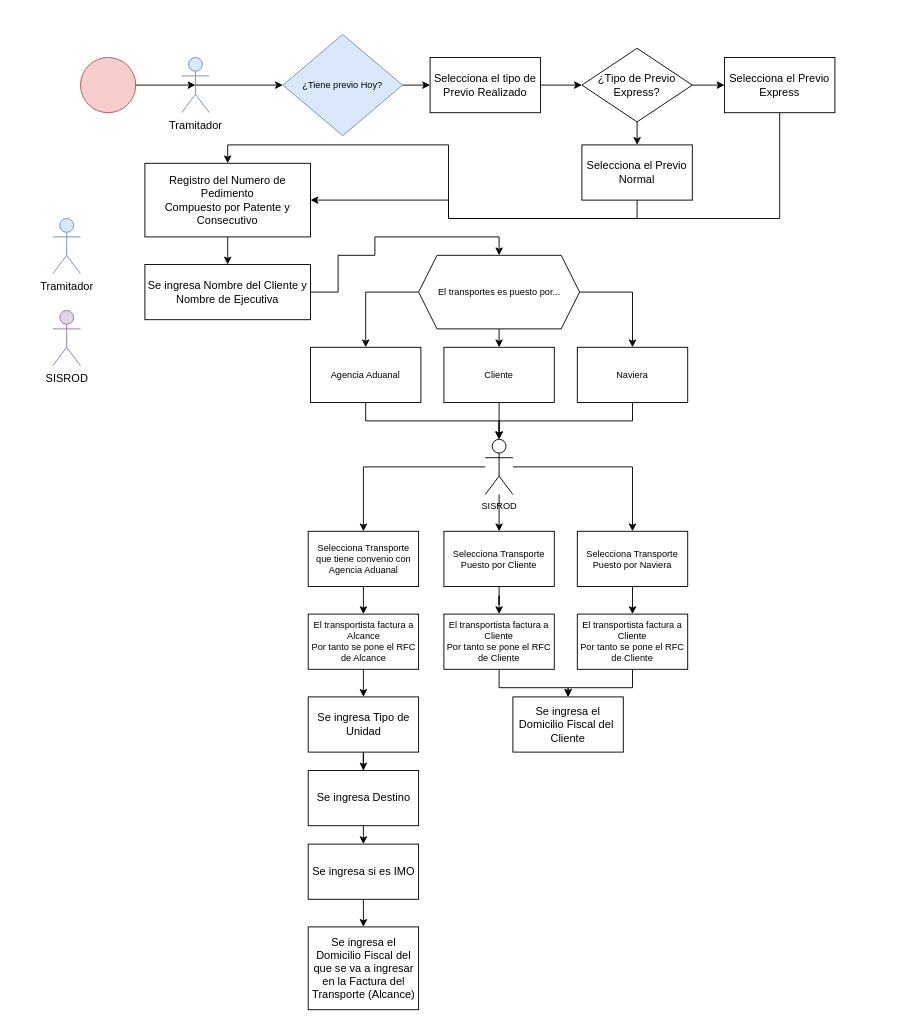
This is Control de Transportes/Proceso Actual Control de Transportes.drawio from GeersonMena/DiagramasDraw, a draw.io file, before an edit. Source tidied: cells renumbered, new cells numbered last; positions are measured from the earlier drawing's top-left corner, leaving out a move shared by most shapes. Both pictures are drawn from the tidied source at 92%, with x=0, y=0 at pixel (52, 34).
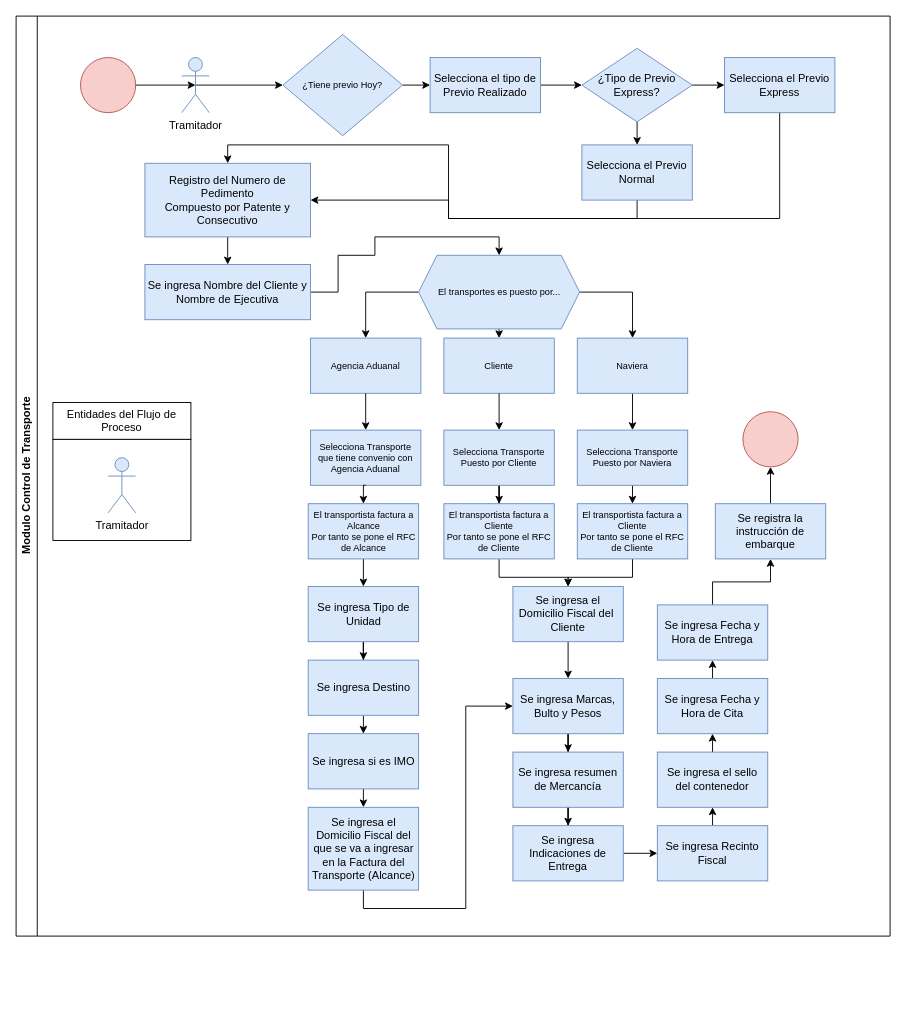
The same diagram, later.

The edit, as a diff of the source:
```diff
@@
+    <mxCell id="57" value="Modulo Control de Transporte" style="swimlane;horizontal=0;whiteSpace=wrap;html=1;" parent="1" vertex="1">
+      <mxGeometry x="-40" y="-20" width="950" height="1000" as="geometry" />
+    </mxCell>
+    <mxCell id="58" style="rounded=0;whiteSpace=wrap;html=1;" parent="57" vertex="1">
+      <mxGeometry x="40" y="460" width="150" height="110" as="geometry" />
+    </mxCell>
+    <mxCell id="32" value="Tramitador" style="shape=umlActor;verticalLabelPosition=bottom;verticalAlign=top;html=1;fillColor=#dae8fc;strokeColor=#6c8ebf;" parent="57" vertex="1">
+      <mxGeometry x="100" y="480" width="30" height="60" as="geometry" />
+    </mxCell>
+    <mxCell id="59" value="Entidades del Flujo de Proceso" style="rounded=0;whiteSpace=wrap;html=1;" parent="57" vertex="1">
+      <mxGeometry x="40" y="420" width="150" height="40" as="geometry" />
+    </mxCell>
+    <mxCell id="60" style="ellipse;whiteSpace=wrap;html=1;fillColor=#f8cecc;strokeColor=#b85450;" parent="57" vertex="1">
+      <mxGeometry x="790" y="430" width="60" height="60" as="geometry" />
+    </mxCell>
+    <mxCell id="61" style="edgeStyle=orthogonalEdgeStyle;rounded=0;jettySize=auto;html=1;exitX=0.5;exitY=0;exitDx=0;exitDy=0;entryX=0.5;entryY=1;entryDx=0;entryDy=0;" parent="57" edge="1" source="62" target="60">
+      <mxGeometry relative="1" as="geometry" />
+    </mxCell>
+    <mxCell id="62" value="Se registra la instrucción de embarque" style="rounded=0;whiteSpace=wrap;html=1;fillColor=#dae8fc;strokeColor=#6c8ebf;" parent="57" vertex="1">
+      <mxGeometry x="760" y="530" width="120" height="60" as="geometry" />
+    </mxCell>
+    <mxCell id="29" value="Selecciona Transporte que tiene convenio con Agencia Aduanal" style="rounded=0;whiteSpace=wrap;html=1;fontSize=10;fillColor=#dae8fc;strokeColor=#6c8ebf;" parent="57" vertex="1">
+      <mxGeometry x="320" y="450" width="120" height="60" as="geometry" />
+    </mxCell>
+    <mxCell id="26" style="edgeStyle=orthogonalEdgeStyle;rounded=0;jettySize=auto;html=1;exitX=0.5;exitY=1;exitDx=0;exitDy=0;" parent="57" edge="1" source="27" target="44">
+      <mxGeometry relative="1" as="geometry" />
+    </mxCell>
+    <mxCell id="27" value="Selecciona Transporte Puesto por Cliente" style="rounded=0;whiteSpace=wrap;html=1;fontSize=10;fillColor=#dae8fc;strokeColor=#6c8ebf;" parent="57" vertex="1">
+      <mxGeometry x="465" y="450" width="120" height="60" as="geometry" />
+    </mxCell>
+    <mxCell id="28" style="edgeStyle=orthogonalEdgeStyle;rounded=0;jettySize=auto;html=1;exitX=0.5;exitY=1;exitDx=0;exitDy=0;entryX=0.5;entryY=0;entryDx=0;entryDy=0;" parent="57" edge="1" source="29" target="40">
+      <mxGeometry relative="1" as="geometry" />
+    </mxCell>
+    <mxCell id="30" style="edgeStyle=orthogonalEdgeStyle;rounded=0;jettySize=auto;html=1;exitX=0.5;exitY=1;exitDx=0;exitDy=0;entryX=0.5;entryY=0;entryDx=0;entryDy=0;" parent="57" edge="1" source="31" target="42">
+      <mxGeometry relative="1" as="geometry" />
+    </mxCell>
+    <mxCell id="31" value="Selecciona Transporte Puesto por Naviera" style="rounded=0;whiteSpace=wrap;html=1;fontSize=10;fillColor=#dae8fc;strokeColor=#6c8ebf;" parent="57" vertex="1">
+      <mxGeometry x="610" y="450" width="120" height="60" as="geometry" />
+    </mxCell>
+    <mxCell id="39" style="edgeStyle=orthogonalEdgeStyle;rounded=0;jettySize=auto;html=1;exitX=0.5;exitY=1;exitDx=0;exitDy=0;entryX=0.5;entryY=0;entryDx=0;entryDy=0;" parent="57" edge="1" source="40" target="50">
+      <mxGeometry relative="1" as="geometry" />
+    </mxCell>
+    <mxCell id="40" value="El transportista factura a Alcance&lt;br&gt;Por tanto se pone el RFC de Alcance" style="rounded=0;whiteSpace=wrap;html=1;fontSize=10;fillColor=#dae8fc;strokeColor=#6c8ebf;" parent="57" vertex="1">
+      <mxGeometry x="317.5" y="530" width="120" height="60" as="geometry" />
+    </mxCell>
+    <mxCell id="41" style="edgeStyle=orthogonalEdgeStyle;rounded=0;jettySize=auto;html=1;exitX=0.5;exitY=1;exitDx=0;exitDy=0;entryX=0.5;entryY=0;entryDx=0;entryDy=0;" parent="57" edge="1" source="42" target="56">
+      <mxGeometry relative="1" as="geometry" />
+    </mxCell>
+    <mxCell id="42" value="El transportista factura a Cliente&lt;br&gt;Por tanto se pone el RFC de Cliente" style="rounded=0;whiteSpace=wrap;html=1;fontSize=10;fillColor=#dae8fc;strokeColor=#6c8ebf;" parent="57" vertex="1">
+      <mxGeometry x="610" y="530" width="120" height="60" as="geometry" />
+    </mxCell>
+    <mxCell id="43" style="edgeStyle=orthogonalEdgeStyle;rounded=0;jettySize=auto;html=1;exitX=0.5;exitY=1;exitDx=0;exitDy=0;entryX=0.5;entryY=0;entryDx=0;entryDy=0;" parent="57" edge="1" source="44" target="56">
+      <mxGeometry relative="1" as="geometry" />
+    </mxCell>
+    <mxCell id="44" value="El transportista factura a Cliente&lt;br&gt;Por tanto se pone el RFC de Cliente" style="rounded=0;whiteSpace=wrap;html=1;fontSize=10;fillColor=#dae8fc;strokeColor=#6c8ebf;" parent="57" vertex="1">
+      <mxGeometry x="465" y="530" width="120" height="60" as="geometry" />
+    </mxCell>
+    <mxCell id="49" style="edgeStyle=orthogonalEdgeStyle;rounded=0;jettySize=auto;html=1;exitX=0.5;exitY=1;exitDx=0;exitDy=0;" parent="57" edge="1" source="50" target="52">
+      <mxGeometry relative="1" as="geometry" />
+    </mxCell>
+    <mxCell id="50" value="Se ingresa Tipo de Unidad" style="rounded=0;whiteSpace=wrap;html=1;fillColor=#dae8fc;strokeColor=#6c8ebf;" parent="57" vertex="1">
+      <mxGeometry x="317.5" y="620" width="120" height="60" as="geometry" />
+    </mxCell>
+    <mxCell id="51" style="edgeStyle=orthogonalEdgeStyle;rounded=0;jettySize=auto;html=1;exitX=0.5;exitY=1;exitDx=0;exitDy=0;entryX=0.5;entryY=0;entryDx=0;entryDy=0;" parent="57" edge="1" source="52" target="54">
+      <mxGeometry relative="1" as="geometry" />
+    </mxCell>
+    <mxCell id="52" value="Se ingresa Destino" style="rounded=0;whiteSpace=wrap;html=1;fillColor=#dae8fc;strokeColor=#6c8ebf;" parent="57" vertex="1">
+      <mxGeometry x="317.5" y="700" width="120" height="60" as="geometry" />
+    </mxCell>
+    <mxCell id="53" style="edgeStyle=orthogonalEdgeStyle;rounded=0;jettySize=auto;html=1;exitX=0.5;exitY=1;exitDx=0;exitDy=0;entryX=0.5;entryY=0;entryDx=0;entryDy=0;" parent="57" edge="1" source="54" target="55">
+      <mxGeometry relative="1" as="geometry" />
+    </mxCell>
+    <mxCell id="54" value="Se ingresa si es IMO" style="rounded=0;whiteSpace=wrap;html=1;fillColor=#dae8fc;strokeColor=#6c8ebf;" parent="57" vertex="1">
+      <mxGeometry x="317.5" y="780" width="120" height="60" as="geometry" />
+    </mxCell>
+    <mxCell id="63" style="edgeStyle=orthogonalEdgeStyle;rounded=0;jettySize=auto;html=1;exitX=0.5;exitY=1;exitDx=0;exitDy=0;entryX=0;entryY=0.5;entryDx=0;entryDy=0;" parent="57" edge="1" source="55" target="66">
+      <mxGeometry relative="1" as="geometry" />
+    </mxCell>
+    <mxCell id="55" value="Se ingresa el Domicilio Fiscal del que se va a ingresar en la Factura del Transporte (Alcance)" style="rounded=0;whiteSpace=wrap;html=1;fillColor=#dae8fc;strokeColor=#6c8ebf;" parent="57" vertex="1">
+      <mxGeometry x="317.5" y="860" width="120" height="90" as="geometry" />
+    </mxCell>
+    <mxCell id="64" style="edgeStyle=orthogonalEdgeStyle;rounded=0;jettySize=auto;html=1;exitX=0.5;exitY=1;exitDx=0;exitDy=0;" parent="57" edge="1" source="56" target="66">
+      <mxGeometry relative="1" as="geometry" />
+    </mxCell>
+    <mxCell id="56" value="Se ingresa el Domicilio Fiscal del&amp;nbsp; Cliente" style="rounded=0;whiteSpace=wrap;html=1;fillColor=#dae8fc;strokeColor=#6c8ebf;" parent="57" vertex="1">
+      <mxGeometry x="540" y="620" width="120" height="60" as="geometry" />
+    </mxCell>
+    <mxCell id="65" style="edgeStyle=orthogonalEdgeStyle;rounded=0;jettySize=auto;html=1;exitX=0.5;exitY=1;exitDx=0;exitDy=0;" parent="57" edge="1" source="66" target="68">
+      <mxGeometry relative="1" as="geometry" />
+    </mxCell>
+    <mxCell id="66" value="Se ingresa Marcas, Bulto y Pesos" style="rounded=0;whiteSpace=wrap;html=1;fillColor=#dae8fc;strokeColor=#6c8ebf;" parent="57" vertex="1">
+      <mxGeometry x="540" y="720" width="120" height="60" as="geometry" />
+    </mxCell>
+    <mxCell id="67" style="edgeStyle=orthogonalEdgeStyle;rounded=0;jettySize=auto;html=1;exitX=0.5;exitY=1;exitDx=0;exitDy=0;" parent="57" edge="1" source="68" target="70">
+      <mxGeometry relative="1" as="geometry" />
+    </mxCell>
+    <mxCell id="68" value="Se ingresa resumen de Mercancía" style="rounded=0;whiteSpace=wrap;html=1;fillColor=#dae8fc;strokeColor=#6c8ebf;" parent="57" vertex="1">
+      <mxGeometry x="540" y="800" width="120" height="60" as="geometry" />
+    </mxCell>
+    <mxCell id="69" style="edgeStyle=orthogonalEdgeStyle;rounded=0;jettySize=auto;html=1;exitX=1;exitY=0.5;exitDx=0;exitDy=0;entryX=0;entryY=0.5;entryDx=0;entryDy=0;" parent="57" edge="1" source="70" target="72">
+      <mxGeometry relative="1" as="geometry" />
+    </mxCell>
+    <mxCell id="70" value="Se ingresa Indicaciones de Entrega" style="rounded=0;whiteSpace=wrap;html=1;fillColor=#dae8fc;strokeColor=#6c8ebf;" parent="57" vertex="1">
+      <mxGeometry x="540" y="880" width="120" height="60" as="geometry" />
+    </mxCell>
+    <mxCell id="71" style="edgeStyle=orthogonalEdgeStyle;rounded=0;jettySize=auto;html=1;exitX=0.5;exitY=0;exitDx=0;exitDy=0;entryX=0.5;entryY=1;entryDx=0;entryDy=0;" parent="57" edge="1" source="72" target="74">
+      <mxGeometry relative="1" as="geometry" />
+    </mxCell>
+    <mxCell id="72" value="Se ingresa Recinto Fiscal" style="rounded=0;whiteSpace=wrap;html=1;fillColor=#dae8fc;strokeColor=#6c8ebf;" parent="57" vertex="1">
+      <mxGeometry x="697" y="880" width="120" height="60" as="geometry" />
+    </mxCell>
+    <mxCell id="73" style="edgeStyle=orthogonalEdgeStyle;rounded=0;jettySize=auto;html=1;exitX=0.5;exitY=0;exitDx=0;exitDy=0;entryX=0.5;entryY=1;entryDx=0;entryDy=0;" parent="57" edge="1" source="74" target="76">
+      <mxGeometry relative="1" as="geometry" />
+    </mxCell>
+    <mxCell id="74" value="Se ingresa el sello&lt;div&gt;del contenedor&lt;/div&gt;" style="rounded=0;whiteSpace=wrap;html=1;fillColor=#dae8fc;strokeColor=#6c8ebf;" parent="57" vertex="1">
+      <mxGeometry x="697" y="800" width="120" height="60" as="geometry" />
+    </mxCell>
+    <mxCell id="75" style="edgeStyle=orthogonalEdgeStyle;rounded=0;jettySize=auto;html=1;exitX=0.5;exitY=0;exitDx=0;exitDy=0;entryX=0.5;entryY=1;entryDx=0;entryDy=0;" parent="57" edge="1" source="76" target="78">
+      <mxGeometry relative="1" as="geometry" />
+    </mxCell>
+    <mxCell id="76" value="Se ingresa Fecha y Hora de Cita" style="rounded=0;whiteSpace=wrap;html=1;fillColor=#dae8fc;strokeColor=#6c8ebf;" parent="57" vertex="1">
+      <mxGeometry x="697" y="720" width="120" height="60" as="geometry" />
+    </mxCell>
+    <mxCell id="77" style="edgeStyle=orthogonalEdgeStyle;rounded=0;jettySize=auto;html=1;exitX=0.5;exitY=0;exitDx=0;exitDy=0;entryX=0.5;entryY=1;entryDx=0;entryDy=0;" parent="57" edge="1" source="78" target="62">
+      <mxGeometry relative="1" as="geometry" />
+    </mxCell>
+    <mxCell id="78" value="Se ingresa Fecha y Hora de Entrega" style="rounded=0;whiteSpace=wrap;html=1;fillColor=#dae8fc;strokeColor=#6c8ebf;" parent="57" vertex="1">
+      <mxGeometry x="697" y="640" width="120" height="60" as="geometry" />
+    </mxCell>
@@
-    <mxCell id="11" value="El transportes es puesto por..." style="shape=hexagon;perimeter=hexagonPerimeter2;whiteSpace=wrap;html=1;fixedSize=1;fontSize=10;" parent="1" vertex="1">
+    <mxCell id="11" value="El transportes es puesto por..." style="shape=hexagon;perimeter=hexagonPerimeter2;whiteSpace=wrap;html=1;fixedSize=1;fontSize=10;fillColor=#dae8fc;strokeColor=#6c8ebf;" parent="1" vertex="1">
       <mxGeometry x="397.5" y="240" width="175" height="80" as="geometry" />
     </mxCell>
-    <mxCell id="12" style="edgeStyle=orthogonalEdgeStyle;rounded=0;jettySize=auto;html=1;exitX=0.5;exitY=1;exitDx=0;exitDy=0;" parent="1" edge="1" source="13" target="37">
-      <mxGeometry relative="1" as="geometry" />
-    </mxCell>
-    <mxCell id="13" value="Agencia Aduanal" style="rounded=0;whiteSpace=wrap;html=1;fontSize=10;" parent="1" vertex="1">
-      <mxGeometry x="280" y="340" width="120" height="60" as="geometry" />
+    <mxCell id="13" value="Agencia Aduanal" style="rounded=0;whiteSpace=wrap;html=1;fontSize=10;fillColor=#dae8fc;strokeColor=#6c8ebf;" parent="1" vertex="1">
+      <mxGeometry x="280" y="330" width="120" height="60" as="geometry" />
     </mxCell>
-    <mxCell id="14" value="Cliente" style="rounded=0;whiteSpace=wrap;html=1;fontSize=10;" parent="1" vertex="1">
-      <mxGeometry x="425" y="340" width="120" height="60" as="geometry" />
+    <mxCell id="14" value="Cliente" style="rounded=0;whiteSpace=wrap;html=1;fontSize=10;fillColor=#dae8fc;strokeColor=#6c8ebf;" parent="1" vertex="1">
+      <mxGeometry x="425" y="330" width="120" height="60" as="geometry" />
     </mxCell>
-    <mxCell id="15" style="edgeStyle=orthogonalEdgeStyle;rounded=0;jettySize=auto;html=1;exitX=0.5;exitY=1;exitDx=0;exitDy=0;" parent="1" edge="1" source="16" target="37">
-      <mxGeometry relative="1" as="geometry" />
-    </mxCell>
+    <mxCell id="79" style="edgeStyle=orthogonalEdgeStyle;rounded=0;jettySize=auto;html=1;exitX=0.5;exitY=1;exitDx=0;exitDy=0;" parent="1" edge="1" source="16" target="31">
+      <mxGeometry relative="1" as="geometry" />
+    </mxCell>
-    <mxCell id="16" value="Naviera" style="rounded=0;whiteSpace=wrap;html=1;fontSize=10;" parent="1" vertex="1">
-      <mxGeometry x="570" y="340" width="120" height="60" as="geometry" />
+    <mxCell id="16" value="Naviera" style="rounded=0;whiteSpace=wrap;html=1;fontSize=10;fillColor=#dae8fc;strokeColor=#6c8ebf;" parent="1" vertex="1">
+      <mxGeometry x="570" y="330" width="120" height="60" as="geometry" />
     </mxCell>
@@
-    <mxCell id="18" value="Selecciona el tipo de Previo Realizado" style="rounded=0;whiteSpace=wrap;html=1;" parent="1" vertex="1">
+    <mxCell id="18" value="Selecciona el tipo de Previo Realizado" style="rounded=0;whiteSpace=wrap;html=1;fillColor=#dae8fc;strokeColor=#6c8ebf;" parent="1" vertex="1">
       <mxGeometry x="410" y="25" width="120" height="60" as="geometry" />
     </mxCell>
@@
-    <mxCell id="21" value="¿Tipo de Previo&lt;br&gt;Express?" style="rhombus;whiteSpace=wrap;html=1;" parent="1" vertex="1">
+    <mxCell id="21" value="¿Tipo de Previo&lt;br&gt;Express?" style="rhombus;whiteSpace=wrap;html=1;fillColor=#dae8fc;strokeColor=#6c8ebf;" parent="1" vertex="1">
       <mxGeometry x="575" y="15" width="120" height="80" as="geometry" />
     </mxCell>
@@
-    <mxCell id="23" value="Selecciona el Previo Express" style="rounded=0;whiteSpace=wrap;html=1;" parent="1" vertex="1">
+    <mxCell id="23" value="Selecciona el Previo Express" style="rounded=0;whiteSpace=wrap;html=1;fillColor=#dae8fc;strokeColor=#6c8ebf;" parent="1" vertex="1">
       <mxGeometry x="730" y="25" width="120" height="60" as="geometry" />
     </mxCell>
@@
-    <mxCell id="25" value="Selecciona el Previo Normal" style="rounded=0;whiteSpace=wrap;html=1;" parent="1" vertex="1">
+    <mxCell id="25" value="Selecciona el Previo Normal" style="rounded=0;whiteSpace=wrap;html=1;fillColor=#dae8fc;strokeColor=#6c8ebf;" parent="1" vertex="1">
       <mxGeometry x="575" y="120" width="120" height="60" as="geometry" />
     </mxCell>
-    <mxCell id="26" style="edgeStyle=orthogonalEdgeStyle;rounded=0;jettySize=auto;html=1;exitX=0.5;exitY=1;exitDx=0;exitDy=0;" parent="1" edge="1" source="27" target="44">
-      <mxGeometry relative="1" as="geometry" />
-    </mxCell>
-    <mxCell id="27" value="Selecciona Transporte Puesto por Cliente" style="rounded=0;whiteSpace=wrap;html=1;fontSize=10;" parent="1" vertex="1">
-      <mxGeometry x="425" y="540" width="120" height="60" as="geometry" />
-    </mxCell>
-    <mxCell id="28" style="edgeStyle=orthogonalEdgeStyle;rounded=0;jettySize=auto;html=1;exitX=0.5;exitY=1;exitDx=0;exitDy=0;entryX=0.5;entryY=0;entryDx=0;entryDy=0;" parent="1" edge="1" source="29" target="40">
-      <mxGeometry relative="1" as="geometry" />
-    </mxCell>
-    <mxCell id="29" value="Selecciona Transporte que tiene convenio con Agencia Aduanal" style="rounded=0;whiteSpace=wrap;html=1;fontSize=10;" parent="1" vertex="1">
-      <mxGeometry x="277.5" y="540" width="120" height="60" as="geometry" />
-    </mxCell>
-    <mxCell id="30" style="edgeStyle=orthogonalEdgeStyle;rounded=0;jettySize=auto;html=1;exitX=0.5;exitY=1;exitDx=0;exitDy=0;entryX=0.5;entryY=0;entryDx=0;entryDy=0;" parent="1" edge="1" source="31" target="42">
-      <mxGeometry relative="1" as="geometry" />
-    </mxCell>
-    <mxCell id="31" value="Selecciona Transporte Puesto por Naviera" style="rounded=0;whiteSpace=wrap;html=1;fontSize=10;" parent="1" vertex="1">
-      <mxGeometry x="570" y="540" width="120" height="60" as="geometry" />
-    </mxCell>
-    <mxCell id="32" value="Tramitador" style="shape=umlActor;verticalLabelPosition=bottom;verticalAlign=top;html=1;fillColor=#dae8fc;strokeColor=#6c8ebf;" parent="1" vertex="1">
-      <mxGeometry y="200" width="30" height="60" as="geometry" />
-    </mxCell>
-    <mxCell id="33" value="SISROD" style="shape=umlActor;verticalLabelPosition=bottom;verticalAlign=top;html=1;fillColor=#e1d5e7;strokeColor=#9673a6;" parent="1" vertex="1">
-      <mxGeometry y="300" width="30" height="60" as="geometry" />
-    </mxCell>
-    <mxCell id="34" style="edgeStyle=orthogonalEdgeStyle;rounded=0;jettySize=auto;html=1;entryX=0.5;entryY=0;entryDx=0;entryDy=0;" parent="1" edge="1" source="37" target="27">
+    <mxCell id="34" style="edgeStyle=orthogonalEdgeStyle;rounded=0;jettySize=auto;html=1;entryX=0.5;entryY=0;entryDx=0;entryDy=0;exitX=0.5;exitY=1;exitDx=0;exitDy=0;" parent="1" edge="1" source="14" target="27">
       <mxGeometry relative="1" as="geometry" />
     </mxCell>
-    <mxCell id="35" style="edgeStyle=orthogonalEdgeStyle;rounded=0;jettySize=auto;html=1;" parent="1" edge="1" source="37" target="31">
-      <mxGeometry relative="1" as="geometry" />
-    </mxCell>
-    <mxCell id="36" style="edgeStyle=orthogonalEdgeStyle;rounded=0;jettySize=auto;html=1;entryX=0.5;entryY=0;entryDx=0;entryDy=0;" parent="1" edge="1" source="37" target="29">
+    <mxCell id="36" style="edgeStyle=orthogonalEdgeStyle;rounded=0;jettySize=auto;html=1;entryX=0.5;entryY=0;entryDx=0;entryDy=0;exitX=0.5;exitY=1;exitDx=0;exitDy=0;" parent="1" edge="1" source="13" target="29">
       <mxGeometry relative="1" as="geometry" />
     </mxCell>
-    <mxCell id="37" value="SISROD" style="shape=umlActor;verticalLabelPosition=bottom;verticalAlign=top;html=1;outlineConnect=0;fontSize=10;" parent="1" vertex="1">
-      <mxGeometry x="470" y="440" width="30" height="60" as="geometry" />
-    </mxCell>
-    <mxCell id="38" style="edgeStyle=orthogonalEdgeStyle;rounded=0;jettySize=auto;html=1;exitX=0.5;exitY=1;exitDx=0;exitDy=0;entryX=0.5;entryY=0;entryDx=0;entryDy=0;entryPerimeter=0;" parent="1" edge="1" source="14" target="37">
-      <mxGeometry relative="1" as="geometry" />
-    </mxCell>
-    <mxCell id="39" style="edgeStyle=orthogonalEdgeStyle;rounded=0;jettySize=auto;html=1;exitX=0.5;exitY=1;exitDx=0;exitDy=0;entryX=0.5;entryY=0;entryDx=0;entryDy=0;" parent="1" edge="1" source="40" target="50">
-      <mxGeometry relative="1" as="geometry" />
-    </mxCell>
-    <mxCell id="40" value="El transportista factura a Alcance&lt;br&gt;Por tanto se pone el RFC de Alcance" style="rounded=0;whiteSpace=wrap;html=1;fontSize=10;" parent="1" vertex="1">
-      <mxGeometry x="277.5" y="630" width="120" height="60" as="geometry" />
-    </mxCell>
-    <mxCell id="41" style="edgeStyle=orthogonalEdgeStyle;rounded=0;jettySize=auto;html=1;exitX=0.5;exitY=1;exitDx=0;exitDy=0;entryX=0.5;entryY=0;entryDx=0;entryDy=0;" parent="1" edge="1" source="42" target="56">
-      <mxGeometry relative="1" as="geometry" />
-    </mxCell>
-    <mxCell id="42" value="El transportista factura a Cliente&lt;br&gt;Por tanto se pone el RFC de Cliente" style="rounded=0;whiteSpace=wrap;html=1;fontSize=10;" parent="1" vertex="1">
-      <mxGeometry x="570" y="630" width="120" height="60" as="geometry" />
-    </mxCell>
-    <mxCell id="43" style="edgeStyle=orthogonalEdgeStyle;rounded=0;jettySize=auto;html=1;exitX=0.5;exitY=1;exitDx=0;exitDy=0;entryX=0.5;entryY=0;entryDx=0;entryDy=0;" parent="1" edge="1" source="44" target="56">
-      <mxGeometry relative="1" as="geometry" />
-    </mxCell>
-    <mxCell id="44" value="El transportista factura a Cliente&lt;br&gt;Por tanto se pone el RFC de Cliente" style="rounded=0;whiteSpace=wrap;html=1;fontSize=10;" parent="1" vertex="1">
-      <mxGeometry x="425" y="630" width="120" height="60" as="geometry" />
-    </mxCell>
@@
-    <mxCell id="46" value="Registro del Numero de Pedimento&lt;br&gt;Compuesto por Patente y Consecutivo" style="rounded=0;whiteSpace=wrap;html=1;" parent="1" vertex="1">
+    <mxCell id="46" value="Registro del Numero de Pedimento&lt;br&gt;Compuesto por Patente y Consecutivo" style="rounded=0;whiteSpace=wrap;html=1;fillColor=#dae8fc;strokeColor=#6c8ebf;" parent="1" vertex="1">
       <mxGeometry x="100" y="140" width="180" height="80" as="geometry" />
     </mxCell>
@@
-    <mxCell id="48" value="Se ingresa Nombre del Cliente y Nombre de Ejecutiva" style="rounded=0;whiteSpace=wrap;html=1;" parent="1" vertex="1">
+    <mxCell id="48" value="Se ingresa Nombre del Cliente y Nombre de Ejecutiva" style="rounded=0;whiteSpace=wrap;html=1;fillColor=#dae8fc;strokeColor=#6c8ebf;" parent="1" vertex="1">
       <mxGeometry x="100" y="250" width="180" height="60" as="geometry" />
     </mxCell>
-    <mxCell id="49" style="edgeStyle=orthogonalEdgeStyle;rounded=0;jettySize=auto;html=1;exitX=0.5;exitY=1;exitDx=0;exitDy=0;" parent="1" edge="1" source="50" target="52">
-      <mxGeometry relative="1" as="geometry" />
-    </mxCell>
-    <mxCell id="50" value="Se ingresa Tipo de Unidad" style="rounded=0;whiteSpace=wrap;html=1;" parent="1" vertex="1">
-      <mxGeometry x="277.5" y="720" width="120" height="60" as="geometry" />
-    </mxCell>
-    <mxCell id="51" style="edgeStyle=orthogonalEdgeStyle;rounded=0;jettySize=auto;html=1;exitX=0.5;exitY=1;exitDx=0;exitDy=0;entryX=0.5;entryY=0;entryDx=0;entryDy=0;" parent="1" edge="1" source="52" target="54">
-      <mxGeometry relative="1" as="geometry" />
-    </mxCell>
-    <mxCell id="52" value="Se ingresa Destino" style="rounded=0;whiteSpace=wrap;html=1;" parent="1" vertex="1">
-      <mxGeometry x="277.5" y="800" width="120" height="60" as="geometry" />
-    </mxCell>
-    <mxCell id="53" style="edgeStyle=orthogonalEdgeStyle;rounded=0;jettySize=auto;html=1;exitX=0.5;exitY=1;exitDx=0;exitDy=0;entryX=0.5;entryY=0;entryDx=0;entryDy=0;" parent="1" edge="1" source="54" target="55">
-      <mxGeometry relative="1" as="geometry" />
-    </mxCell>
-    <mxCell id="54" value="Se ingresa si es IMO" style="rounded=0;whiteSpace=wrap;html=1;" parent="1" vertex="1">
-      <mxGeometry x="277.5" y="880" width="120" height="60" as="geometry" />
-    </mxCell>
-    <mxCell id="55" value="Se ingresa el Domicilio Fiscal del que se va a ingresar en la Factura del Transporte (Alcance)" style="rounded=0;whiteSpace=wrap;html=1;" parent="1" vertex="1">
-      <mxGeometry x="277.5" y="970" width="120" height="90" as="geometry" />
-    </mxCell>
-    <mxCell id="56" value="Se ingresa el Domicilio Fiscal del&amp;nbsp; Cliente" style="rounded=0;whiteSpace=wrap;html=1;" parent="1" vertex="1">
-      <mxGeometry x="500" y="720" width="120" height="60" as="geometry" />
-    </mxCell>
```
